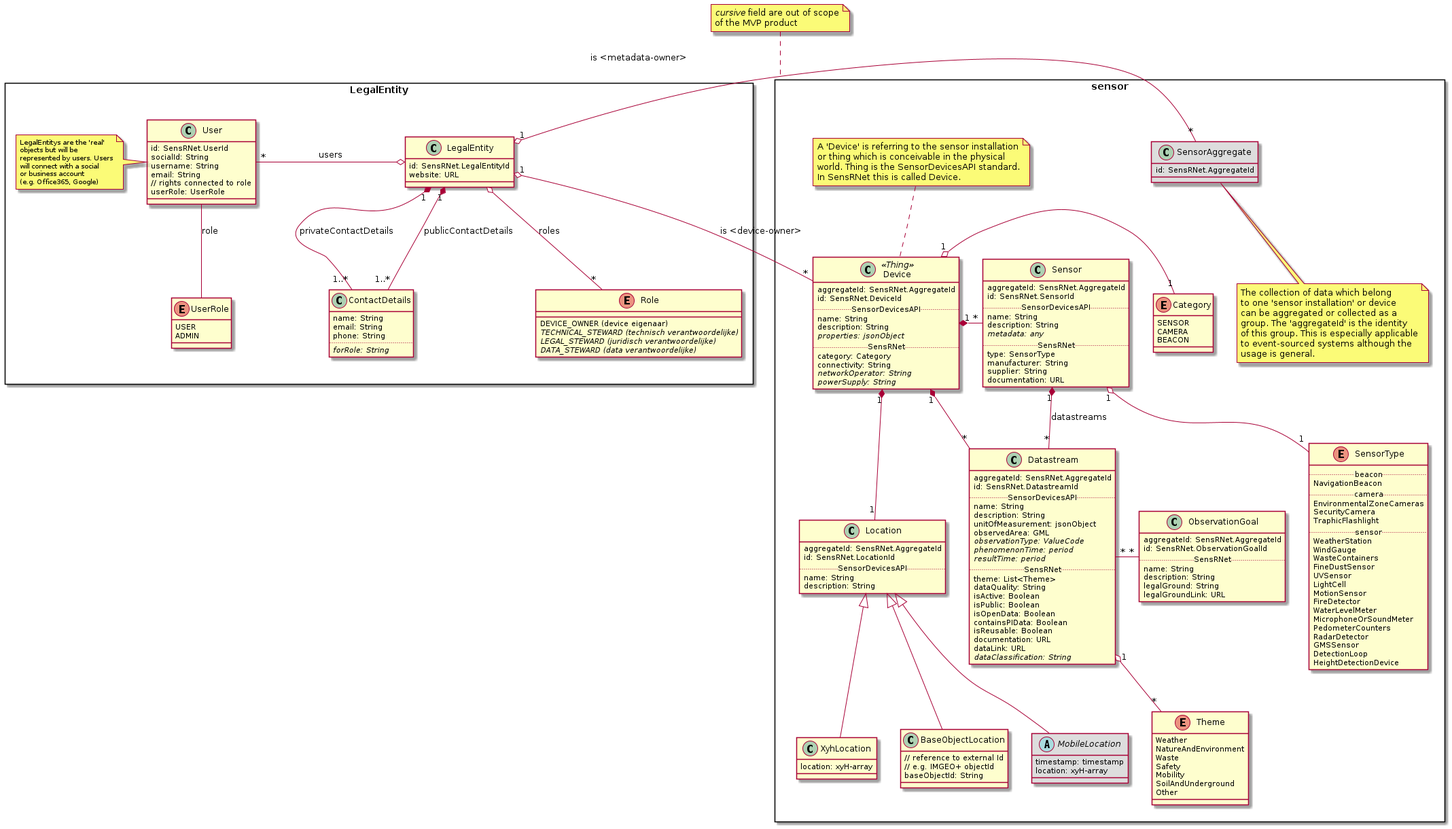
This is docs/img/SensRNet-Datamodel-SensorView.png from kadaster-labs/sensrnet-home, a PlantUML export, as it was before one commit.
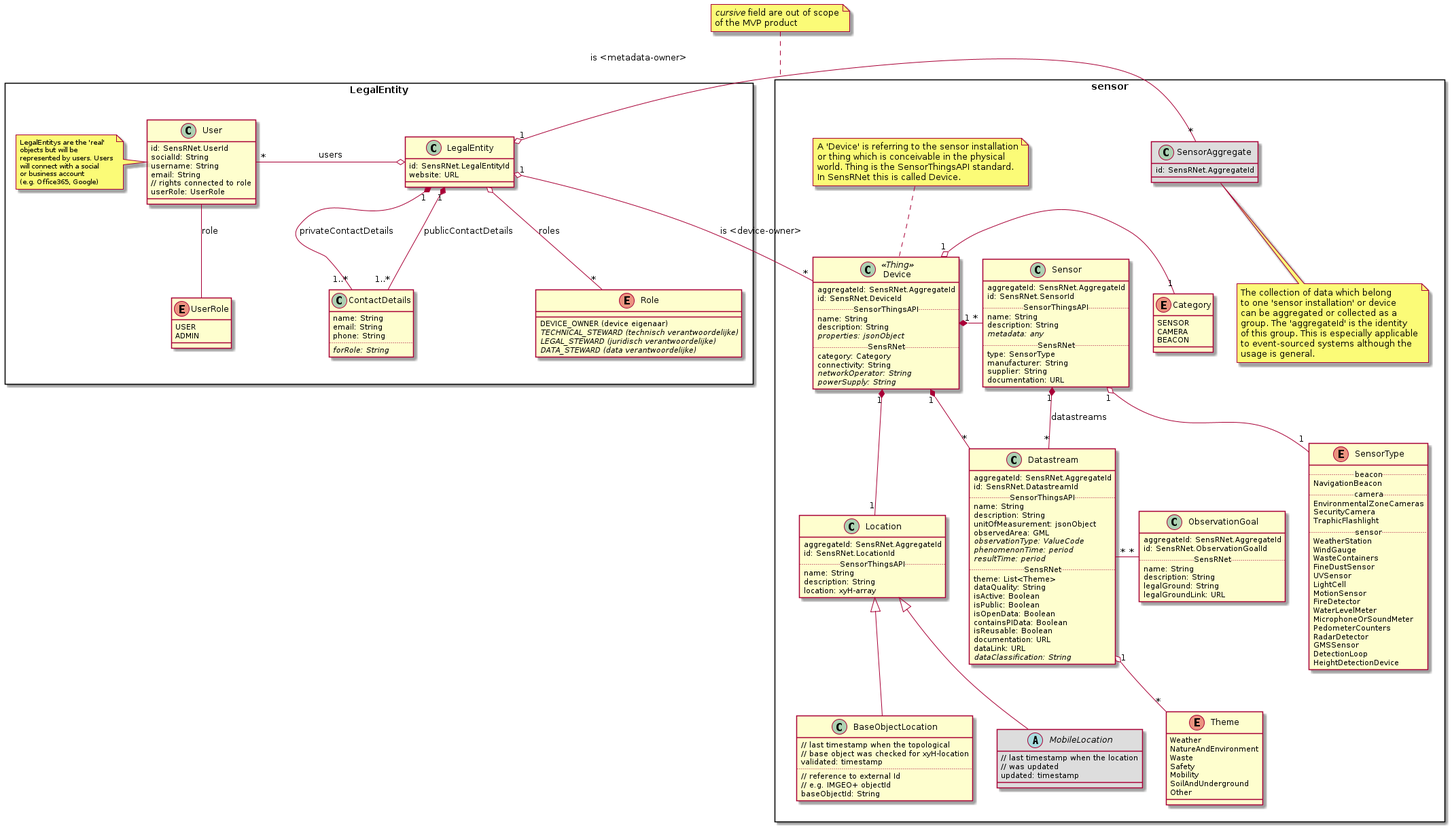
After the change.

Commit message:
location tweaks: all have xyH-array

What changed in the source:
```diff
@@ -75,7 +75,7 @@
         class Device <<Thing>> {
             aggregateId: SensRNet.AggregateId
             id: SensRNet.DeviceId
-            .. SensorDevicesAPI ..
+            .. SensorThingsAPI ..
             name: String
             description: String
             {abstract} properties: jsonObject
@@ -89,14 +89,14 @@
         note top of Device
           A 'Device' is referring to the sensor installation
           or thing which is conceivable in the physical
-          world. Thing is the SensorDevicesAPI standard.
+          world. Thing is the SensorThingsAPI standard.
           In SensRNet this is called Device.
         end note
 
         class Sensor {
             aggregateId: SensRNet.AggregateId
             id: SensRNet.SensorId
-            .. SensorDevicesAPI ..
+            .. SensorThingsAPI ..
             name: String
             description: String
             {abstract} metadata: any
@@ -112,7 +112,7 @@
     class Datastream {
         aggregateId: SensRNet.AggregateId
         id: SensRNet.DatastreamId
-        .. SensorDevicesAPI ..
+        .. SensorThingsAPI ..
         name: String
         description: String
         unitOfMeasurement: jsonObject
@@ -146,24 +146,26 @@
     class Location {
         aggregateId: SensRNet.AggregateId
         id: SensRNet.LocationId
-        .. SensorDevicesAPI ..
+        .. SensorThingsAPI ..
         name: String
         description: String
-    }
-
-    class XyhLocation extends Location {
         location: xyH-array
     }
 
     class BaseObjectLocation extends Location {
+        // last timestamp when the topological
+        // base object was checked for xyH-location
+        validated: timestamp
+        ..
         // reference to external Id
         // e.g. IMGEO+ objectId
         baseObjectId: String
     }
 
     abstract class MobileLocation #DDD extends Location {
-        timestamp: timestamp
-        location: xyH-array
+        // last timestamp when the location
+        // was updated
+        updated: timestamp
     }
 
     enum Category {
```
